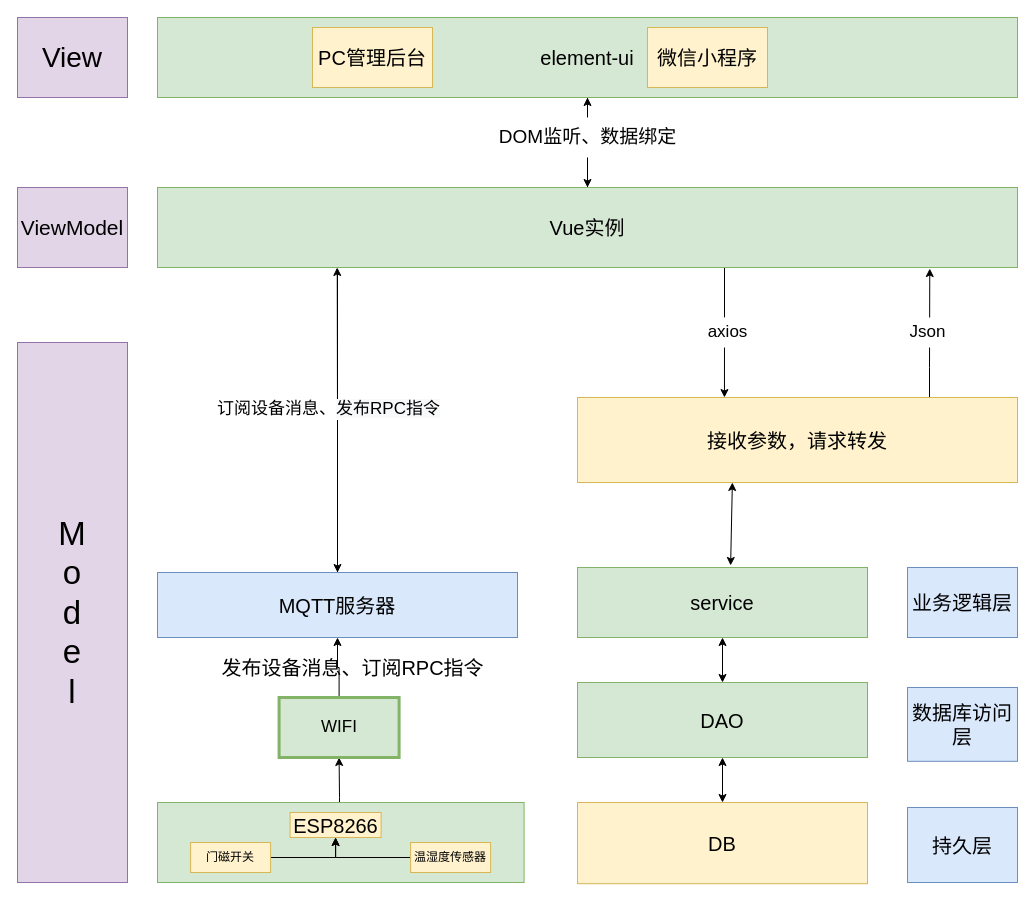
Before: resources/未命名绘图.drawio in LY220214/LY220214.github.io, a draw.io diagram. Source tidied: cells renumbered, new cells numbered last; positions are measured from the earlier drawing's top-left corner, leaving out a move shared by most shapes. Both pictures are drawn from the tidied source at 100%, with x=0, y=0 at pixel (17, 17).
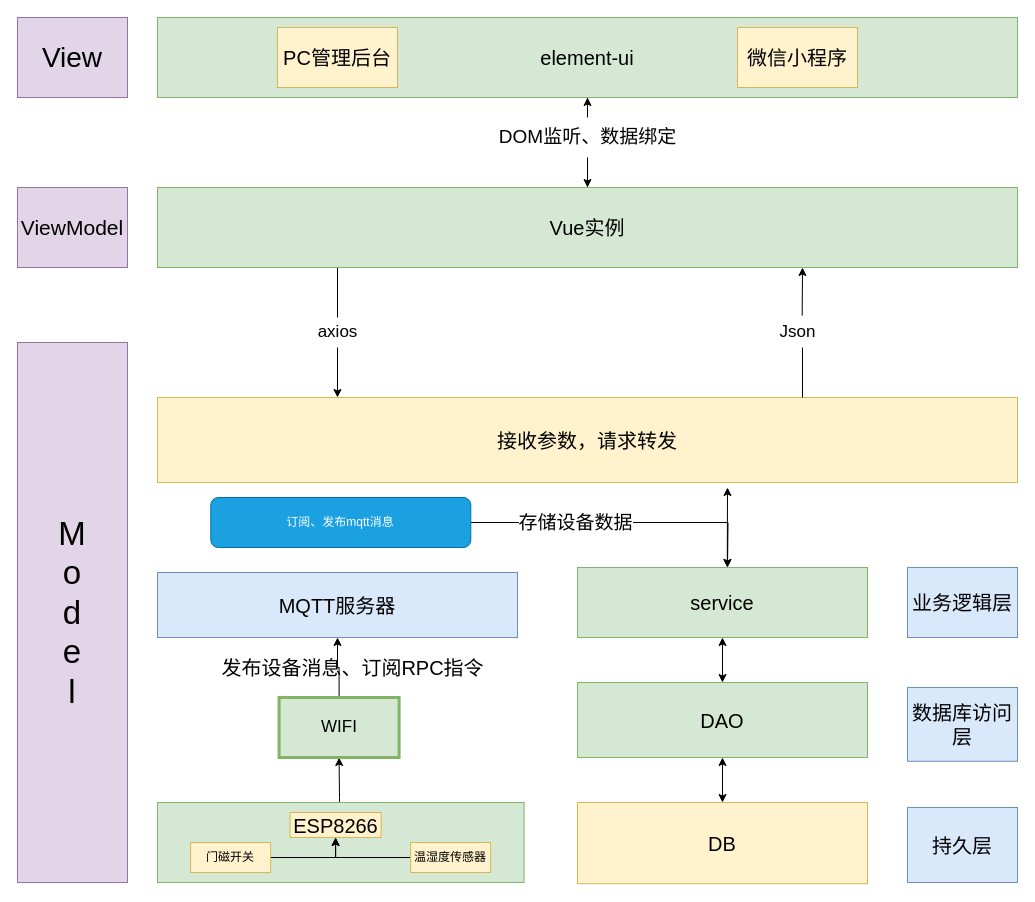
Above is the later version.

Commit message:
更新未命名绘图.drawio

Unchanged cells that the change refers to:
```xml
<mxCell id="2" value="service" style="rounded=0;whiteSpace=wrap;html=1;fontSize=20;fillColor=#d5e8d4;strokeColor=#82b366;" parent="1" vertex="1">
  <mxGeometry x="560" y="550" width="290" height="70" as="geometry" />
</mxCell>
<mxCell id="10" value="MQTT服务器" style="rounded=0;whiteSpace=wrap;html=1;fontSize=20;fillColor=#dae8fc;strokeColor=#6c8ebf;" parent="1" vertex="1">
  <mxGeometry x="140" y="555" width="360" height="65" as="geometry" />
</mxCell>
<mxCell id="30" value="Vue实例" style="rounded=0;whiteSpace=wrap;html=1;fontSize=20;fillColor=#d5e8d4;strokeColor=#82b366;" parent="1" vertex="1">
  <mxGeometry x="140" y="170" width="860" height="80" as="geometry" />
</mxCell>
```

What changed in the source:
```diff
@@
-    <mxCell id="9" style="edgeStyle=orthogonalEdgeStyle;rounded=0;jettySize=auto;html=1;fontSize=17;fontColor=#000000;entryX=0.209;entryY=1;entryDx=0;entryDy=0;entryPerimeter=0;" parent="1" edge="1" source="10" target="30">
-      <mxGeometry relative="1" as="geometry" />
-    </mxCell>
@@
     <mxCell id="13" value="PC管理后台" style="rounded=0;whiteSpace=wrap;html=1;fontSize=20;fillColor=#fff2cc;strokeColor=#d6b656;" parent="1" vertex="1">
-      <mxGeometry x="295" y="10" width="120" height="60" as="geometry" />
+      <mxGeometry x="260" y="10" width="120" height="60" as="geometry" />
     </mxCell>
     <mxCell id="14" value="微信小程序" style="rounded=0;whiteSpace=wrap;html=1;fontSize=20;fillColor=#fff2cc;strokeColor=#d6b656;" parent="1" vertex="1">
-      <mxGeometry x="630" y="10" width="120" height="60" as="geometry" />
+      <mxGeometry x="720" y="10" width="120" height="60" as="geometry" />
     </mxCell>
@@
-    <mxCell id="17" style="edgeStyle=orthogonalEdgeStyle;rounded=0;jettySize=auto;html=1;entryX=0.898;entryY=1.013;entryDx=0;entryDy=0;entryPerimeter=0;fontSize=6;fontColor=#000000;" parent="1" edge="1" source="18" target="30">
-      <mxGeometry relative="1" as="geometry">
-        <Array as="points">
-          <mxPoint x="912" y="350" />
-          <mxPoint x="912" y="350" />
-        </Array>
-      </mxGeometry>
-    </mxCell>
     <mxCell id="18" value="接收参数，请求转发" style="rounded=0;whiteSpace=wrap;html=1;fontSize=20;fillColor=#fff2cc;strokeColor=#d6b656;" parent="1" vertex="1">
-      <mxGeometry x="560" y="380" width="440" height="85" as="geometry" />
+      <mxGeometry x="140" y="380" width="860" height="85" as="geometry" />
     </mxCell>
@@
-    <mxCell id="27" style="edgeStyle=orthogonalEdgeStyle;rounded=0;jettySize=auto;html=1;fontSize=28;fontColor=#000000;entryX=0.5;entryY=0;entryDx=0;entryDy=0;exitX=0.208;exitY=1.025;exitDx=0;exitDy=0;exitPerimeter=0;" parent="1" edge="1" source="30" target="10">
-      <mxGeometry relative="1" as="geometry">
-        <Array as="points">
-          <mxPoint x="320" y="252" />
-        </Array>
-      </mxGeometry>
-    </mxCell>
-    <mxCell id="28" value="订阅设备消息、&lt;span style=&quot;background-color: rgb(248, 249, 250);&quot;&gt;发布RPC指令&lt;/span&gt;" style="edgeLabel;html=1;align=center;verticalAlign=middle;fontSize=17;fontColor=#000000;" parent="27" vertex="1">
-      <mxGeometry x="0.1" y="-4" relative="1" as="geometry">
-        <mxPoint x="-6" y="-26" as="offset" />
-      </mxGeometry>
-    </mxCell>
-    <mxCell id="29" style="edgeStyle=orthogonalEdgeStyle;rounded=0;jettySize=auto;html=1;entryX=0.334;entryY=0;entryDx=0;entryDy=0;entryPerimeter=0;fontSize=6;fontColor=#000000;" parent="1" edge="1" source="30" target="18">
+    <mxCell id="29" style="edgeStyle=orthogonalEdgeStyle;rounded=0;jettySize=auto;html=1;fontSize=6;fontColor=#000000;" parent="1" edge="1" source="30">
       <mxGeometry relative="1" as="geometry">
+        <mxPoint x="320" y="380" as="targetPoint" />
         <Array as="points">
-          <mxPoint x="707" y="300" />
-          <mxPoint x="707" y="300" />
+          <mxPoint x="320" y="380" />
         </Array>
       </mxGeometry>
     </mxCell>
@@
     <mxCell id="35" value="axios" style="text;html=1;align=center;verticalAlign=middle;strokeColor=none;fillColor=default;fontSize=17;fontColor=#000000;" parent="1" vertex="1">
-      <mxGeometry x="680" y="300" width="60" height="30" as="geometry" />
+      <mxGeometry x="290" y="300" width="60" height="30" as="geometry" />
     </mxCell>
-    <mxCell id="36" value="Json" style="text;html=1;align=center;verticalAlign=middle;points=[];strokeColor=none;fillColor=default;fontSize=17;" parent="1" vertex="1">
-      <mxGeometry x="880" y="300" width="60" height="30" as="geometry" />
-    </mxCell>
@@
-    <mxCell id="39" style="endArrow=classic;startArrow=classic;html=1;rounded=0;fontSize=6;fontColor=#000000;entryX=0.352;entryY=1;entryDx=0;entryDy=0;entryPerimeter=0;exitX=0.528;exitY=-0.029;exitDx=0;exitDy=0;exitPerimeter=0;" parent="1" edge="1" source="2" target="18">
-      <mxGeometry relative="1" as="geometry" />
+    <mxCell id="39" style="endArrow=classic;startArrow=classic;html=1;rounded=0;fontSize=6;fontColor=#000000;" parent="1" edge="1">
+      <mxGeometry relative="1" as="geometry">
+        <mxPoint x="709.8" y="550" as="sourcePoint" />
+        <mxPoint x="710" y="470" as="targetPoint" />
+      </mxGeometry>
     </mxCell>
+    <mxCell id="40" style="edgeStyle=orthogonalEdgeStyle;rounded=0;jettySize=auto;html=1;" parent="1" edge="1" source="42">
+      <mxGeometry relative="1" as="geometry">
+        <mxPoint x="710" y="550" as="targetPoint" />
+      </mxGeometry>
+    </mxCell>
+    <mxCell id="41" value="&lt;font style=&quot;font-size: 19px;&quot;&gt;存储设备数据&lt;/font&gt;" style="edgeLabel;html=1;align=center;verticalAlign=middle;fontSize=19;" parent="40" vertex="1">
+      <mxGeometry x="-0.31" relative="1" as="geometry" />
+    </mxCell>
+    <mxCell id="42" value="订阅、发布mqtt消息" style="rounded=1;whiteSpace=wrap;html=1;fillColor=#1ba1e2;strokeColor=#006EAF;fontColor=#ffffff;" parent="1" vertex="1">
+      <mxGeometry x="193.3" y="480" width="260" height="50" as="geometry" />
+    </mxCell>
+    <mxCell id="43" style="endArrow=classic;html=1;rounded=0;fontSize=19;entryX=0.75;entryY=1;entryDx=0;entryDy=0;exitX=0.578;exitY=-0.063;exitDx=0;exitDy=0;startArrow=none;exitPerimeter=0;" parent="1" edge="1" source="36" target="30">
+      <mxGeometry relative="1" as="geometry" />
+    </mxCell>
+    <mxCell id="36" value="Json" style="text;html=1;align=center;verticalAlign=middle;points=[];strokeColor=none;fillColor=default;fontSize=17;" parent="1" vertex="1">
+      <mxGeometry x="750" y="300" width="60" height="30" as="geometry" />
+    </mxCell>
+    <mxCell id="44" style="endArrow=none;html=1;rounded=0;fontSize=19;exitX=0.75;exitY=0;exitDx=0;exitDy=0;" parent="1" edge="1" source="18">
+      <mxGeometry relative="1" as="geometry">
+        <mxPoint x="785" y="330" as="targetPoint" />
+      </mxGeometry>
+    </mxCell>
```
